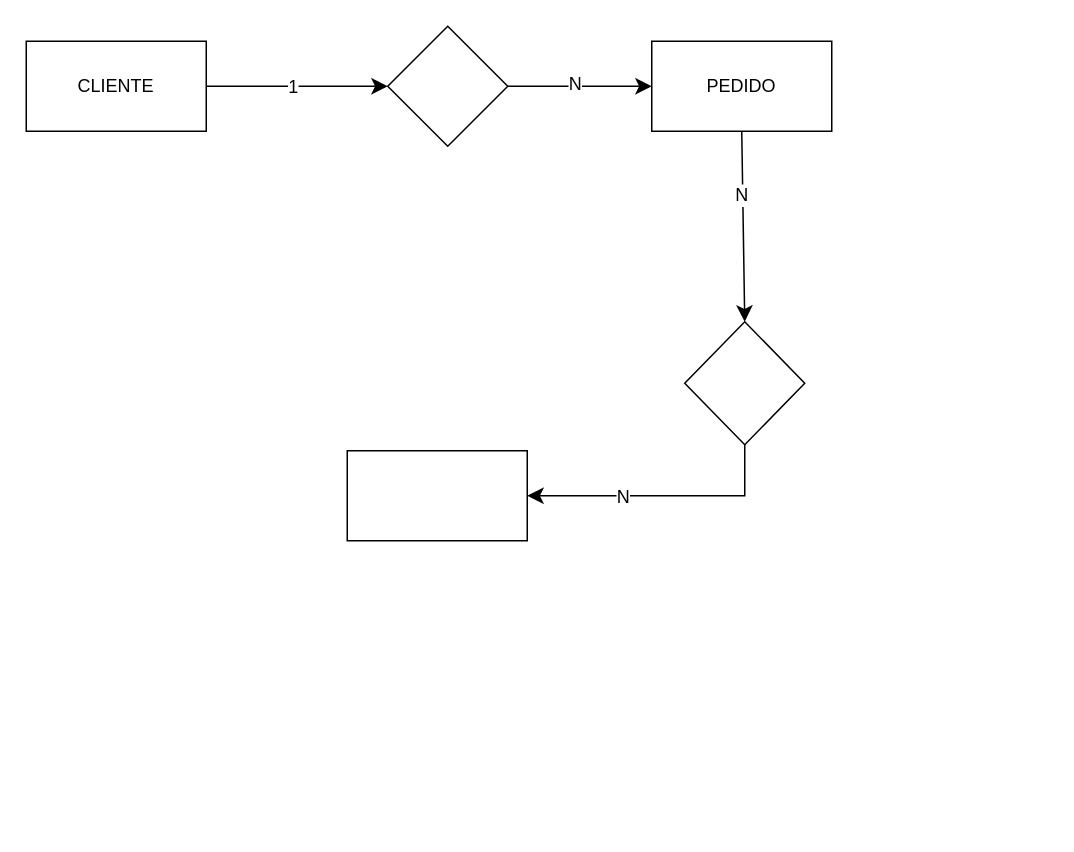
The draw.io diagram 03/produtos.drawio in RaphaMitter/Banco-de-Dados--Senac, before the edit. Source tidied: cells renumbered, new cells numbered last; positions are measured from the earlier drawing's top-left corner, leaving out a move shared by most shapes. Both pictures are drawn from the tidied source at 150%, with x=0, y=0 at pixel (26, 26).
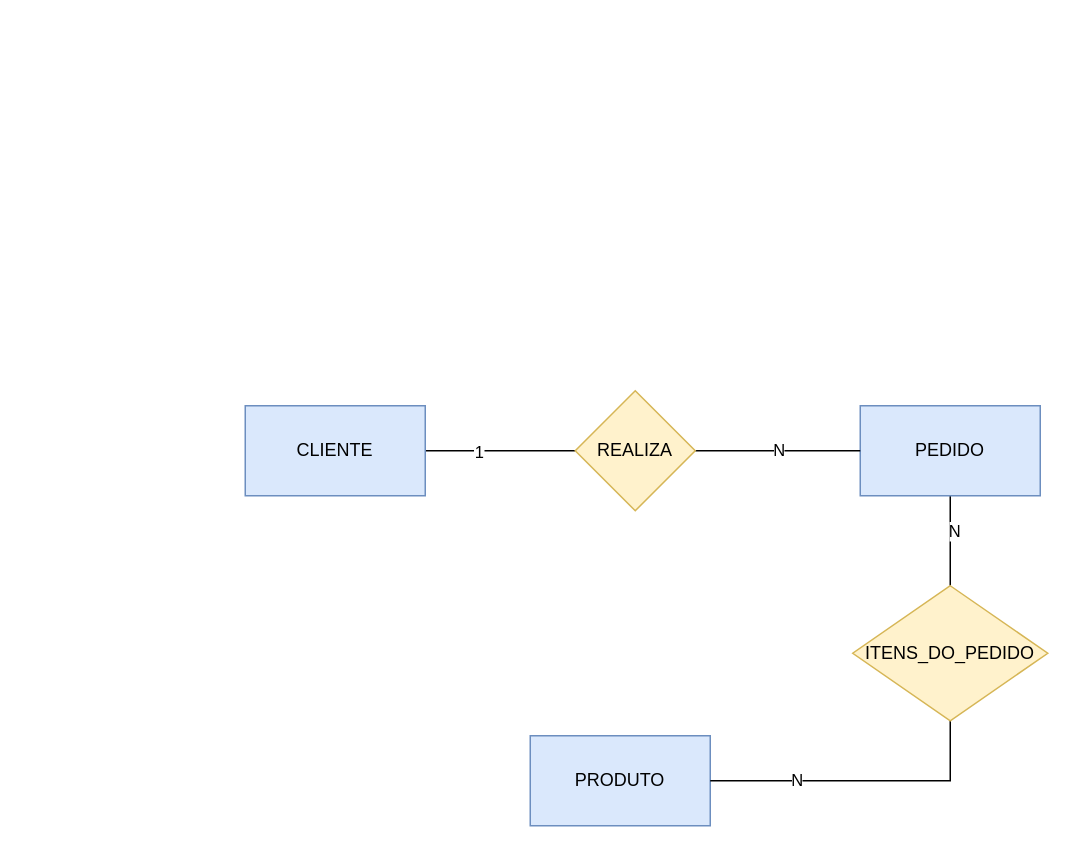
After the change.

What changed in the source:
```diff
@@
 <mxGraphModel>
   <root>
     <mxCell id="0" />
     <mxCell id="1" parent="0" />
-    <mxCell id="2" style="edgeStyle=none;curved=1;rounded=0;jettySize=auto;html=1;exitX=1;exitY=0.5;exitDx=0;exitDy=0;entryX=0;entryY=0.5;entryDx=0;entryDy=0;fontSize=12;startSize=8;endSize=8;" parent="1" edge="1" source="4" target="11">
-      <mxGeometry relative="1" as="geometry" />
-    </mxCell>
+    <mxCell id="15" style="edgeStyle=orthogonalEdgeStyle;rounded=0;jettySize=auto;html=1;endArrow=none;endFill=0;" parent="1" edge="1" source="4" target="21">
+      <mxGeometry relative="1" as="geometry" />
+    </mxCell>
-    <mxCell id="3" value="1" style="edgeLabel;html=1;align=center;verticalAlign=middle;fontSize=12;" parent="2" vertex="1">
-      <mxGeometry x="-0.06" relative="1" as="geometry" />
+    <mxCell id="3" value="1" style="edgeLabel;html=1;align=center;verticalAlign=middle;" parent="15" vertex="1">
+      <mxGeometry x="-0.31" relative="1" as="geometry" />
     </mxCell>
-    <mxCell id="4" value="CLIENTE" style="rounded=0;whiteSpace=wrap;html=1;" parent="1" vertex="1">
-      <mxGeometry y="10" width="120" height="60" as="geometry" />
+    <mxCell id="4" value="CLIENTE" style="rounded=0;whiteSpace=wrap;html=1;fillColor=#dae8fc;strokeColor=#6c8ebf;" parent="1" vertex="1">
+      <mxGeometry x="146" y="253" width="120" height="60" as="geometry" />
     </mxCell>
-    <mxCell id="5" style="rounded=0;whiteSpace=wrap;html=1;" parent="1" vertex="1">
-      <mxGeometry x="214" y="283" width="120" height="60" as="geometry" />
-    </mxCell>
-    <mxCell id="6" style="edgeStyle=none;curved=1;rounded=0;jettySize=auto;html=1;exitX=0.5;exitY=1;exitDx=0;exitDy=0;entryX=0.5;entryY=0;entryDx=0;entryDy=0;fontSize=12;startSize=8;endSize=8;" parent="1" edge="1" source="8" target="14">
-      <mxGeometry relative="1" as="geometry" />
-    </mxCell>
-    <mxCell id="7" value="N" style="edgeLabel;html=1;align=center;verticalAlign=middle;fontSize=12;" parent="6" vertex="1">
-      <mxGeometry x="-0.34" y="-1" relative="1" as="geometry" />
-    </mxCell>
+    <mxCell id="16" value="PRODUTO" style="rounded=0;whiteSpace=wrap;html=1;fillColor=#dae8fc;strokeColor=#6c8ebf;" parent="1" vertex="1">
+      <mxGeometry x="336" y="473" width="120" height="60" as="geometry" />
+    </mxCell>
+    <mxCell id="17" style="edgeStyle=orthogonalEdgeStyle;rounded=0;jettySize=auto;html=1;endArrow=none;endFill=0;" parent="1" edge="1" source="8" target="24">
+      <mxGeometry relative="1" as="geometry" />
+    </mxCell>
+    <mxCell id="18" value="N" style="edgeLabel;html=1;align=center;verticalAlign=middle;" parent="17" vertex="1">
+      <mxGeometry x="-0.24" y="2" relative="1" as="geometry" />
+    </mxCell>
-    <mxCell id="8" value="PEDIDO" style="rounded=0;whiteSpace=wrap;html=1;" parent="1" vertex="1">
-      <mxGeometry x="417" y="10" width="120" height="60" as="geometry" />
+    <mxCell id="8" value="PEDIDO" style="rounded=0;whiteSpace=wrap;html=1;fillColor=#dae8fc;strokeColor=#6c8ebf;" parent="1" vertex="1">
+      <mxGeometry x="556" y="253" width="120" height="60" as="geometry" />
     </mxCell>
-    <mxCell id="9" style="edgeStyle=none;curved=1;rounded=0;jettySize=auto;html=1;exitX=1;exitY=0.5;exitDx=0;exitDy=0;entryX=0;entryY=0.5;entryDx=0;entryDy=0;fontSize=12;startSize=8;endSize=8;" parent="1" edge="1" source="11" target="8">
-      <mxGeometry relative="1" as="geometry" />
-    </mxCell>
-    <mxCell id="10" value="N" style="edgeLabel;html=1;align=center;verticalAlign=middle;fontSize=12;" parent="9" vertex="1">
-      <mxGeometry x="-0.08" y="2" relative="1" as="geometry" />
-    </mxCell>
-    <mxCell id="11" style="rhombus;whiteSpace=wrap;html=1;" parent="1" vertex="1">
-      <mxGeometry x="241" width="80" height="80" as="geometry" />
-    </mxCell>
-    <mxCell id="12" style="edgeStyle=orthogonalEdgeStyle;rounded=0;jettySize=auto;html=1;exitX=0.5;exitY=1;exitDx=0;exitDy=0;fontSize=12;startSize=8;endSize=8;entryX=1;entryY=0.5;entryDx=0;entryDy=0;" parent="1" edge="1" source="14" target="5">
-      <mxGeometry relative="1" as="geometry" />
-    </mxCell>
-    <mxCell id="13" value="N" style="edgeLabel;html=1;align=center;verticalAlign=middle;fontSize=12;" parent="12" vertex="1">
-      <mxGeometry x="0.3" relative="1" as="geometry" />
-    </mxCell>
-    <mxCell id="14" style="rhombus;whiteSpace=wrap;html=1;" parent="1" vertex="1">
-      <mxGeometry x="439" y="197" width="80" height="82" as="geometry" />
-    </mxCell>
+    <mxCell id="19" style="edgeStyle=orthogonalEdgeStyle;rounded=0;jettySize=auto;html=1;entryX=0;entryY=0.5;entryDx=0;entryDy=0;endArrow=none;endFill=0;" parent="1" edge="1" source="21" target="8">
+      <mxGeometry relative="1" as="geometry" />
+    </mxCell>
+    <mxCell id="20" value="N" style="edgeLabel;html=1;align=center;verticalAlign=middle;" parent="19" vertex="1">
+      <mxGeometry y="1" relative="1" as="geometry" />
+    </mxCell>
+    <mxCell id="21" value="REALIZA" style="rhombus;whiteSpace=wrap;html=1;fillColor=#fff2cc;strokeColor=#d6b656;rounded=0;" parent="1" vertex="1">
+      <mxGeometry x="366" y="243" width="80" height="80" as="geometry" />
+    </mxCell>
+    <mxCell id="22" style="edgeStyle=orthogonalEdgeStyle;rounded=0;jettySize=auto;html=1;entryX=1;entryY=0.5;entryDx=0;entryDy=0;endArrow=none;endFill=0;" parent="1" edge="1" source="24" target="16">
+      <mxGeometry relative="1" as="geometry">
+        <Array as="points">
+          <mxPoint x="616" y="503" />
+        </Array>
+      </mxGeometry>
+    </mxCell>
+    <mxCell id="23" value="N" style="edgeLabel;html=1;align=center;verticalAlign=middle;" parent="22" vertex="1">
+      <mxGeometry x="0.43" y="-1" relative="1" as="geometry" />
+    </mxCell>
+    <mxCell id="24" value="ITENS_DO_PEDIDO" style="rhombus;whiteSpace=wrap;html=1;fillColor=#fff2cc;strokeColor=#d6b656;rounded=0;" parent="1" vertex="1">
+      <mxGeometry x="551" y="373" width="130" height="90" as="geometry" />
+    </mxCell>
   </root>
 </mxGraphModel>
```
